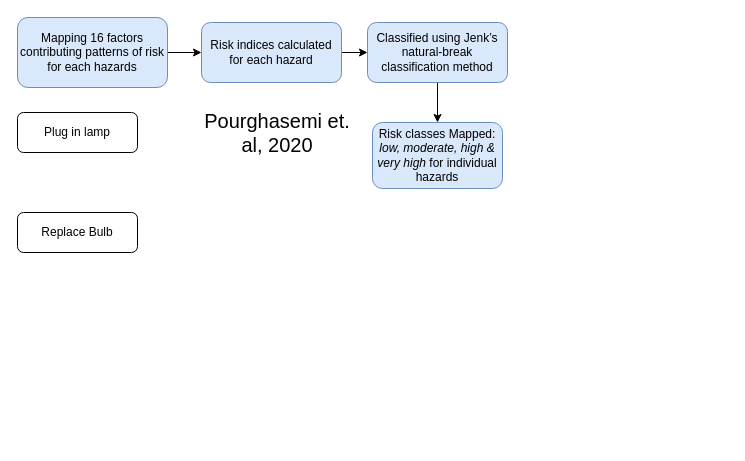
The draw.io diagram ICARS.drawio in rachitiirs/ICARS, before the edit. Source tidied: cells renumbered, new cells numbered last; positions are measured from the earlier drawing's top-left corner, leaving out a move shared by most shapes. Both pictures are drawn from the tidied source at 100%, with x=0, y=0 at pixel (17, 17).
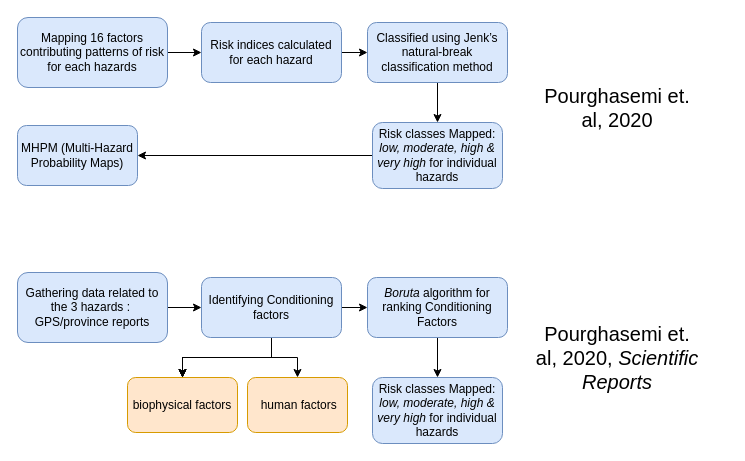
After the change.

The change refers to these unchanged cells:
```xml
<mxCell id="10" value="Risk classes Mapped:&lt;div&gt;&lt;i&gt;low,&amp;nbsp;&lt;/i&gt;&lt;span style=&quot;background-color: initial;&quot;&gt;&lt;i&gt;moderate, high &amp;amp; very high &lt;/i&gt;for individual hazards&lt;/span&gt;&lt;/div&gt;" style="whiteSpace=wrap;html=1;rounded=1;glass=0;strokeWidth=1;shadow=0;fillColor=#dae8fc;strokeColor=#6c8ebf;" parent="1" vertex="1">
  <mxGeometry x="355" y="105" width="130" height="66" as="geometry" />
</mxCell>
```

The edit, as a diff of the source:
```diff
@@
-    <mxCell id="4" value="Plug in lamp" style="rounded=1;whiteSpace=wrap;html=1;fontSize=12;glass=0;strokeWidth=1;shadow=0;" parent="1" vertex="1">
-      <mxGeometry y="95" width="120" height="40" as="geometry" />
-    </mxCell>
@@
-    <mxCell id="7" value="Replace Bulb" style="rounded=1;whiteSpace=wrap;html=1;fontSize=12;glass=0;strokeWidth=1;shadow=0;" parent="1" vertex="1">
-      <mxGeometry y="195" width="120" height="40" as="geometry" />
-    </mxCell>
@@
+    <mxCell id="12" style="edgeStyle=orthogonalEdgeStyle;rounded=0;jettySize=auto;html=1;" parent="1" edge="1" source="10" target="28">
+      <mxGeometry relative="1" as="geometry" />
+    </mxCell>
@@
     <mxCell id="11" value="&lt;font style=&quot;font-size: 20px;&quot;&gt;Pourghasemi et.&lt;br&gt;al, 2020&lt;/font&gt;" style="text;html=1;align=center;verticalAlign=middle;whiteSpace=wrap;rounded=0;" parent="1" vertex="1">
-      <mxGeometry x="170" y="70" width="180" height="90" as="geometry" />
+      <mxGeometry x="510" y="45" width="180" height="90" as="geometry" />
     </mxCell>
+    <mxCell id="13" style="edgeStyle=orthogonalEdgeStyle;rounded=0;jettySize=auto;html=1;entryX=0;entryY=0.5;entryDx=0;entryDy=0;" parent="1" edge="1" source="14" target="21">
+      <mxGeometry relative="1" as="geometry" />
+    </mxCell>
+    <mxCell id="14" value=" Gathering data related to the 3 hazards :&amp;nbsp;&lt;div&gt;GPS/province reports&lt;/div&gt;" style="rounded=1;whiteSpace=wrap;html=1;fontSize=12;glass=0;strokeWidth=1;shadow=0;fillColor=#dae8fc;strokeColor=#6c8ebf;" parent="1" vertex="1">
+      <mxGeometry y="255" width="150" height="70" as="geometry" />
+    </mxCell>
+    <mxCell id="15" style="edgeStyle=orthogonalEdgeStyle;rounded=0;jettySize=auto;html=1;" parent="1" edge="1" source="21" target="23">
+      <mxGeometry relative="1" as="geometry" />
+    </mxCell>
+    <mxCell id="16" style="edgeStyle=orthogonalEdgeStyle;rounded=0;jettySize=auto;html=1;" parent="1" edge="1" source="21" target="26">
+      <mxGeometry relative="1" as="geometry" />
+    </mxCell>
+    <mxCell id="17" style="edgeStyle=orthogonalEdgeStyle;rounded=0;jettySize=auto;html=1;" parent="1" edge="1" source="21" target="26">
+      <mxGeometry relative="1" as="geometry" />
+    </mxCell>
+    <mxCell id="18" style="edgeStyle=orthogonalEdgeStyle;rounded=0;jettySize=auto;html=1;" parent="1" edge="1" source="21" target="26">
+      <mxGeometry relative="1" as="geometry" />
+    </mxCell>
+    <mxCell id="19" style="edgeStyle=orthogonalEdgeStyle;rounded=0;jettySize=auto;html=1;" parent="1" edge="1" source="21" target="26">
+      <mxGeometry relative="1" as="geometry" />
+    </mxCell>
+    <mxCell id="20" style="edgeStyle=orthogonalEdgeStyle;rounded=0;jettySize=auto;html=1;" parent="1" edge="1" source="21" target="27">
+      <mxGeometry relative="1" as="geometry" />
+    </mxCell>
+    <mxCell id="21" value="&lt;div&gt;Identifying Conditioning factors&lt;/div&gt;" style="rounded=1;whiteSpace=wrap;html=1;fontSize=12;glass=0;strokeWidth=1;shadow=0;fillColor=#dae8fc;strokeColor=#6c8ebf;" parent="1" vertex="1">
+      <mxGeometry x="184" y="260" width="140" height="60" as="geometry" />
+    </mxCell>
+    <mxCell id="22" style="edgeStyle=orthogonalEdgeStyle;rounded=0;jettySize=auto;html=1;" parent="1" edge="1" source="23" target="24">
+      <mxGeometry relative="1" as="geometry" />
+    </mxCell>
+    <mxCell id="23" value="&lt;i&gt;Boruta&lt;/i&gt; algorithm for ranking Conditioning Factors" style="rounded=1;whiteSpace=wrap;html=1;fontSize=12;glass=0;strokeWidth=1;shadow=0;fillColor=#dae8fc;strokeColor=#6c8ebf;" parent="1" vertex="1">
+      <mxGeometry x="350" y="260" width="140" height="60" as="geometry" />
+    </mxCell>
+    <mxCell id="24" value="Risk classes Mapped:&lt;div&gt;&lt;i&gt;low,&amp;nbsp;&lt;/i&gt;&lt;span style=&quot;background-color: initial;&quot;&gt;&lt;i&gt;moderate, high &amp;amp; very high &lt;/i&gt;for individual hazards&lt;/span&gt;&lt;/div&gt;" style="whiteSpace=wrap;html=1;rounded=1;glass=0;strokeWidth=1;shadow=0;fillColor=#dae8fc;strokeColor=#6c8ebf;" parent="1" vertex="1">
+      <mxGeometry x="355" y="360" width="130" height="66" as="geometry" />
+    </mxCell>
+    <mxCell id="25" value="&lt;font style=&quot;font-size: 20px;&quot;&gt;Pourghasemi et.&lt;br&gt;al, 2020, &lt;i&gt;Scientific Reports&lt;/i&gt;&lt;/font&gt;" style="text;html=1;align=center;verticalAlign=middle;whiteSpace=wrap;rounded=0;" parent="1" vertex="1">
+      <mxGeometry x="490" y="295" width="220" height="90" as="geometry" />
+    </mxCell>
+    <mxCell id="26" value="&lt;div&gt;biophysical factors&lt;/div&gt;" style="rounded=1;whiteSpace=wrap;html=1;fontSize=12;glass=0;strokeWidth=1;shadow=0;fillColor=#ffe6cc;strokeColor=#d79b00;" parent="1" vertex="1">
+      <mxGeometry x="110" y="360" width="110" height="55" as="geometry" />
+    </mxCell>
+    <mxCell id="27" value="&amp;nbsp;human factors" style="whiteSpace=wrap;html=1;fillColor=#ffe6cc;strokeColor=#d79b00;rounded=1;glass=0;strokeWidth=1;shadow=0;" parent="1" vertex="1">
+      <mxGeometry x="230" y="360" width="100" height="55" as="geometry" />
+    </mxCell>
+    <mxCell id="28" value="MHPM (Multi-Hazard Probability Maps)" style="whiteSpace=wrap;html=1;fillColor=#dae8fc;strokeColor=#6c8ebf;rounded=1;glass=0;strokeWidth=1;shadow=0;" parent="1" vertex="1">
+      <mxGeometry y="108" width="120" height="60" as="geometry" />
+    </mxCell>
```
